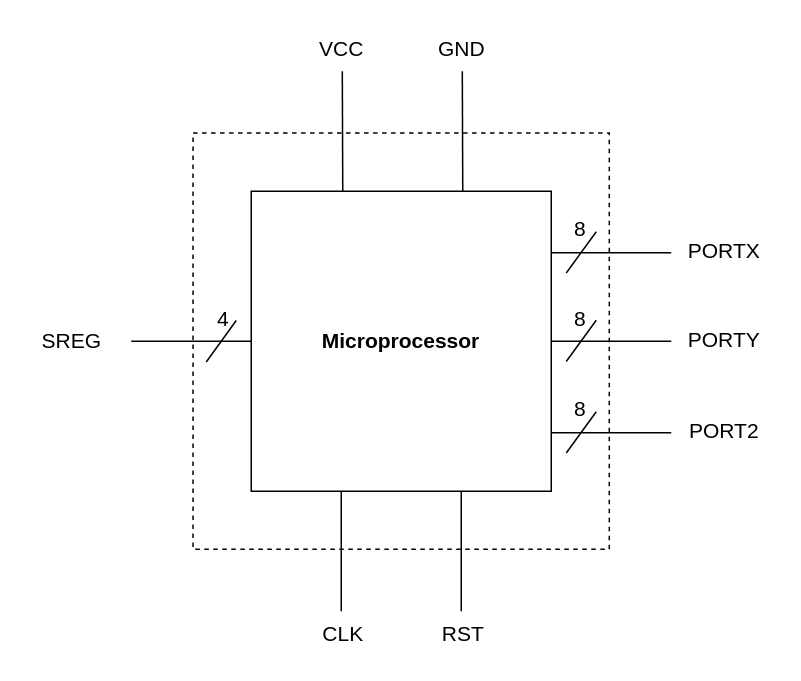
Earlier version of the draw.io diagram design-assets/microprocessor-as-a-black-box.drawio (omarelshopky/SAP_based_Microprocessor_Design). Source tidied: cells renumbered, new cells numbered last; positions are measured from the earlier drawing's top-left corner, leaving out a move shared by most shapes. Both pictures are drawn from the tidied source at 150%, with x=0, y=0 at pixel (26, 26).
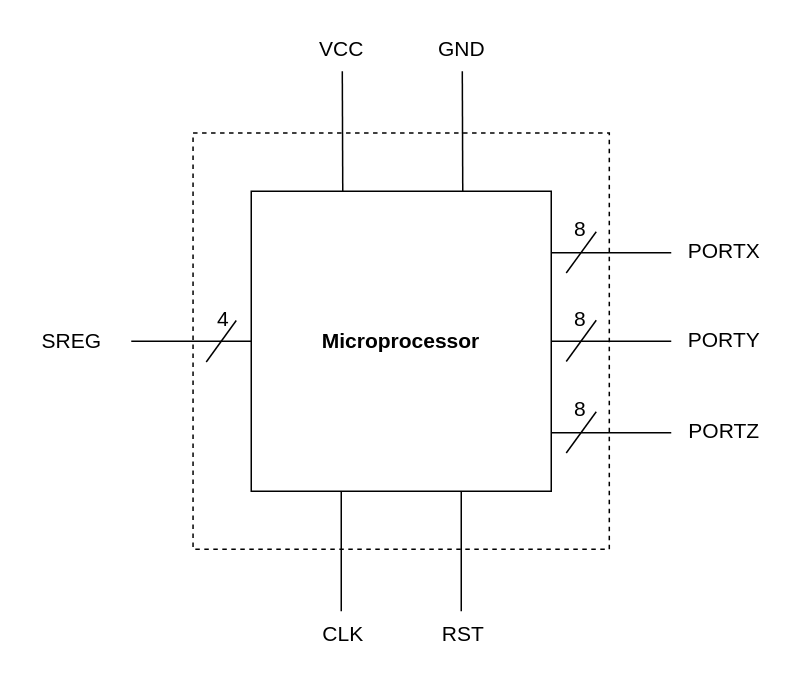
After the change.

Diff of the diagram source:
```diff
@@
-    <mxCell id="19" value="PORT2" style="text;html=1;align=center;verticalAlign=middle;strokeColor=none;fillColor=none;fontSize=14;" parent="1" vertex="1">
+    <mxCell id="19" value="PORTZ" style="text;html=1;align=center;verticalAlign=middle;strokeColor=none;fillColor=none;fontSize=14;" parent="1" vertex="1">
       <mxGeometry x="430" y="255" width="70" height="30" as="geometry" />
     </mxCell>
```
